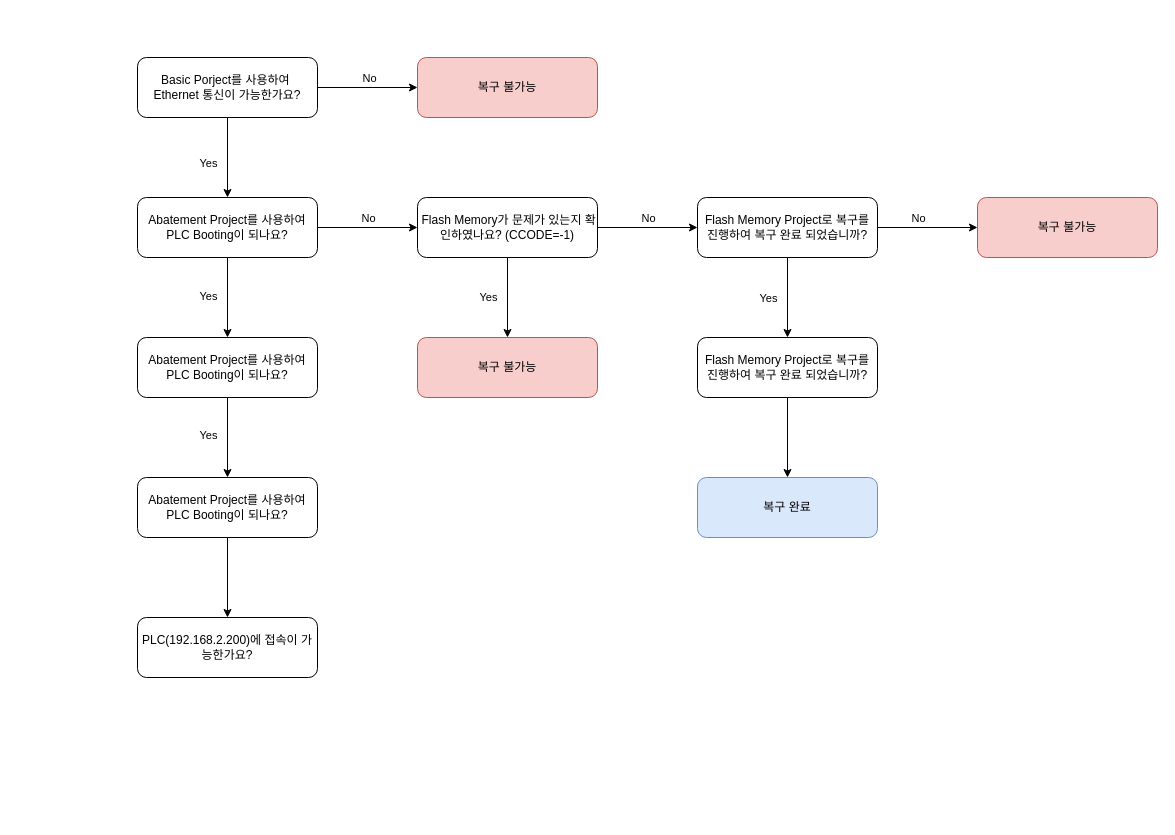
This is Controller Reconvery Seq..drawio from EdwardsKorea/CommonDrawIO, a draw.io file, before an edit. Source tidied: cells renumbered, new cells numbered last; positions are measured from the earlier drawing's top-left corner, leaving out a move shared by most shapes. Both pictures are drawn from the tidied source at 100%, with x=0, y=0 at pixel (137, 57).
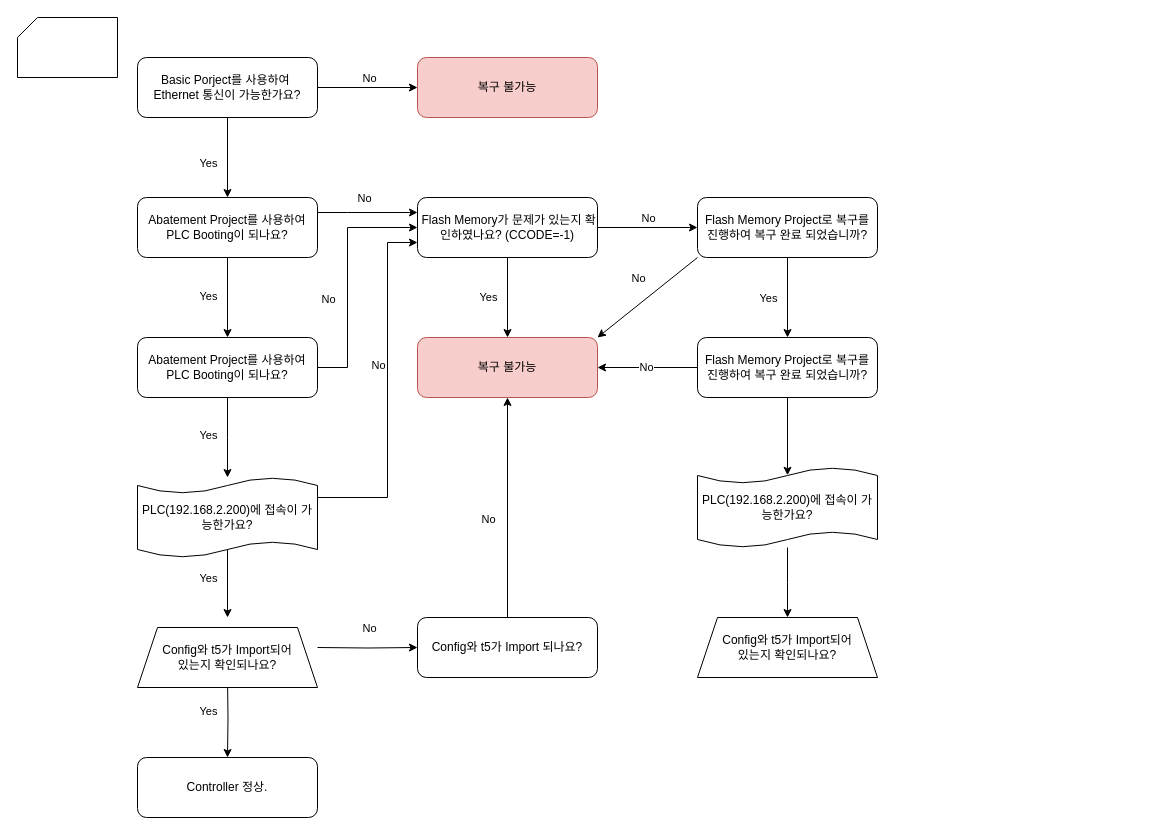
The same page after the edit.

Unchanged cells that the change refers to:
```xml
<mxCell id="12" value="Abatement Project를 사용하여 PLC Booting이 되나요?" style="rounded=1;whiteSpace=wrap;html=1;" parent="1" vertex="1">
  <mxGeometry y="140" width="180" height="60" as="geometry" />
</mxCell>
<mxCell id="17" value="&amp;nbsp;Flash Memory가 문제가 있는지 확인하였나요? (CCODE=-1)" style="rounded=1;whiteSpace=wrap;html=1;" parent="1" vertex="1">
  <mxGeometry x="280" y="140" width="180" height="60" as="geometry" />
</mxCell>
<mxCell id="20" value="Abatement Project를 사용하여 PLC Booting이 되나요?" style="rounded=1;whiteSpace=wrap;html=1;" parent="1" vertex="1">
  <mxGeometry y="280" width="180" height="60" as="geometry" />
</mxCell>
<mxCell id="21" value="복구 불가능" style="rounded=1;whiteSpace=wrap;html=1;fillColor=#f8cecc;strokeColor=#b85450;" parent="1" vertex="1">
  <mxGeometry x="280" y="280" width="180" height="60" as="geometry" />
</mxCell>
<mxCell id="28" value="Flash Memory Project로 복구를 진행하여 복구 완료 되었습니까?" style="rounded=1;whiteSpace=wrap;html=1;" parent="1" vertex="1">
  <mxGeometry x="560" y="140" width="180" height="60" as="geometry" />
</mxCell>
<mxCell id="31" value="Flash Memory Project로 복구를 진행하여 복구 완료 되었습니까?" style="rounded=1;whiteSpace=wrap;html=1;" parent="1" vertex="1">
  <mxGeometry x="560" y="280" width="180" height="60" as="geometry" />
</mxCell>
```

The edit, as a diff of the source:
```diff
@@
-    <mxCell id="8" style="edgeStyle=orthogonalEdgeStyle;rounded=0;jettySize=auto;html=1;entryX=0;entryY=0.5;entryDx=0;entryDy=0;" parent="1" edge="1" source="12" target="17">
-      <mxGeometry relative="1" as="geometry" />
-    </mxCell>
-    <mxCell id="9" value="No" style="edgeLabel;html=1;align=center;verticalAlign=middle;" parent="8" vertex="1">
-      <mxGeometry x="0.18" relative="1" as="geometry">
-        <mxPoint x="-9" y="-10" as="offset" />
-      </mxGeometry>
-    </mxCell>
@@
+    <mxCell id="8" style="edgeStyle=orthogonalEdgeStyle;rounded=0;jettySize=auto;html=1;entryX=0;entryY=0.25;entryDx=0;entryDy=0;" parent="1" edge="1" source="12" target="17">
+      <mxGeometry relative="1" as="geometry">
+        <Array as="points">
+          <mxPoint x="210" y="155" />
+          <mxPoint x="210" y="155" />
+        </Array>
+      </mxGeometry>
+    </mxCell>
+    <mxCell id="34" value="No" style="edgeLabel;html=1;align=center;verticalAlign=middle;" parent="8" vertex="1">
+      <mxGeometry x="-0.08" y="1" relative="1" as="geometry">
+        <mxPoint y="-14" as="offset" />
+      </mxGeometry>
+    </mxCell>
@@
-    <mxCell id="18" style="edgeStyle=orthogonalEdgeStyle;rounded=0;jettySize=auto;html=1;" parent="1" edge="1" source="20" target="23">
-      <mxGeometry relative="1" as="geometry" />
+    <mxCell id="18" style="edgeStyle=orthogonalEdgeStyle;rounded=0;jettySize=auto;html=1;" parent="1" edge="1" source="20">
+      <mxGeometry relative="1" as="geometry">
+        <mxPoint x="90" y="420" as="targetPoint" />
+      </mxGeometry>
     </mxCell>
@@
+    <mxCell id="35" style="edgeStyle=orthogonalEdgeStyle;rounded=0;jettySize=auto;html=1;entryX=0;entryY=0.5;entryDx=0;entryDy=0;" parent="1" edge="1" source="20" target="17">
+      <mxGeometry relative="1" as="geometry">
+        <Array as="points">
+          <mxPoint x="210" y="310" />
+          <mxPoint x="210" y="170" />
+        </Array>
+      </mxGeometry>
+    </mxCell>
+    <mxCell id="36" value="No" style="edgeLabel;html=1;align=center;verticalAlign=middle;" parent="35" vertex="1">
+      <mxGeometry x="-0.13" y="-1" relative="1" as="geometry">
+        <mxPoint x="-21" y="5" as="offset" />
+      </mxGeometry>
+    </mxCell>
@@
-    <mxCell id="22" style="edgeStyle=orthogonalEdgeStyle;rounded=0;jettySize=auto;html=1;" parent="1" edge="1" source="23" target="33">
-      <mxGeometry relative="1" as="geometry" />
+    <mxCell id="22" style="edgeStyle=orthogonalEdgeStyle;rounded=0;orthogonalLoop=1;jettySize=auto;html=1;" parent="1" edge="1">
+      <mxGeometry relative="1" as="geometry">
+        <mxPoint x="90" y="480" as="sourcePoint" />
+        <mxPoint x="90" y="560" as="targetPoint" />
+      </mxGeometry>
     </mxCell>
-    <mxCell id="23" value="Abatement Project를 사용하여 PLC Booting이 되나요?" style="rounded=1;whiteSpace=wrap;html=1;" parent="1" vertex="1">
-      <mxGeometry y="420" width="180" height="60" as="geometry" />
-    </mxCell>
+    <mxCell id="37" value="Yes" style="edgeLabel;html=1;align=center;verticalAlign=middle;" parent="22" vertex="1">
+      <mxGeometry x="0.04" y="-2" relative="1" as="geometry">
+        <mxPoint x="-18" y="-2" as="offset" />
+      </mxGeometry>
+    </mxCell>
+    <mxCell id="38" style="edgeStyle=orthogonalEdgeStyle;rounded=0;jettySize=auto;html=1;entryX=0;entryY=0.75;entryDx=0;entryDy=0;" parent="1" edge="1" target="17">
+      <mxGeometry relative="1" as="geometry">
+        <mxPoint x="180" y="440" as="sourcePoint" />
+        <Array as="points">
+          <mxPoint x="250" y="440" />
+          <mxPoint x="250" y="185" />
+        </Array>
+      </mxGeometry>
+    </mxCell>
+    <mxCell id="39" value="No" style="edgeLabel;html=1;align=center;verticalAlign=middle;" parent="38" vertex="1">
+      <mxGeometry x="0.51" relative="1" as="geometry">
+        <mxPoint x="-10" y="65" as="offset" />
+      </mxGeometry>
+    </mxCell>
@@
-    <mxCell id="26" style="edgeStyle=orthogonalEdgeStyle;rounded=0;jettySize=auto;html=1;" parent="1" edge="1" source="28" target="29">
-      <mxGeometry relative="1" as="geometry" />
-    </mxCell>
-    <mxCell id="27" value="No&lt;br&gt;" style="edgeLabel;html=1;align=center;verticalAlign=middle;" parent="26" vertex="1">
-      <mxGeometry x="-0.2" y="-2" relative="1" as="geometry">
-        <mxPoint y="-12" as="offset" />
-      </mxGeometry>
-    </mxCell>
+    <mxCell id="40" style="rounded=0;jettySize=auto;html=1;entryX=1;entryY=0;entryDx=0;entryDy=0;exitX=0;exitY=1;exitDx=0;exitDy=0;" parent="1" edge="1" source="28" target="21">
+      <mxGeometry relative="1" as="geometry" />
+    </mxCell>
+    <mxCell id="41" value="No" style="edgeLabel;html=1;align=center;verticalAlign=middle;" parent="40" vertex="1">
+      <mxGeometry x="-0.14" y="-3" relative="1" as="geometry">
+        <mxPoint x="-15" y="-12" as="offset" />
+      </mxGeometry>
+    </mxCell>
@@
-    <mxCell id="29" value="복구 불가능" style="rounded=1;whiteSpace=wrap;html=1;fillColor=#f8cecc;strokeColor=#b85450;" parent="1" vertex="1">
-      <mxGeometry x="840" y="140" width="180" height="60" as="geometry" />
-    </mxCell>
-    <mxCell id="30" style="edgeStyle=orthogonalEdgeStyle;rounded=0;jettySize=auto;html=1;" parent="1" edge="1" source="31" target="32">
-      <mxGeometry relative="1" as="geometry" />
-    </mxCell>
+    <mxCell id="42" style="edgeStyle=orthogonalEdgeStyle;rounded=0;jettySize=auto;html=1;entryX=1;entryY=0.5;entryDx=0;entryDy=0;" parent="1" edge="1" source="31" target="21">
+      <mxGeometry relative="1" as="geometry" />
+    </mxCell>
+    <mxCell id="43" value="No" style="edgeLabel;html=1;align=center;verticalAlign=middle;" parent="42" vertex="1">
+      <mxGeometry x="0.04" y="-1" relative="1" as="geometry" />
+    </mxCell>
+    <mxCell id="44" style="edgeStyle=orthogonalEdgeStyle;rounded=0;jettySize=auto;html=1;entryX=0.5;entryY=0.097;entryDx=0;entryDy=0;entryPerimeter=0;" parent="1" edge="1" source="31" target="54">
+      <mxGeometry relative="1" as="geometry" />
+    </mxCell>
@@
-    <mxCell id="32" value="복구 완료" style="rounded=1;whiteSpace=wrap;html=1;fillColor=#dae8fc;strokeColor=#6c8ebf;" parent="1" vertex="1">
-      <mxGeometry x="560" y="420" width="180" height="60" as="geometry" />
-    </mxCell>
-    <mxCell id="33" value="PLC(192.168.2.200)에 접속이 가능한가요?" style="rounded=1;whiteSpace=wrap;html=1;" parent="1" vertex="1">
-      <mxGeometry y="560" width="180" height="60" as="geometry" />
-    </mxCell>
+    <mxCell id="45" style="edgeStyle=orthogonalEdgeStyle;rounded=0;jettySize=auto;html=1;" parent="1" edge="1" target="49">
+      <mxGeometry relative="1" as="geometry">
+        <mxPoint x="90" y="620" as="sourcePoint" />
+      </mxGeometry>
+    </mxCell>
+    <mxCell id="46" value="Yes" style="edgeLabel;html=1;align=center;verticalAlign=middle;" parent="45" vertex="1">
+      <mxGeometry x="-0.17" y="-2" relative="1" as="geometry">
+        <mxPoint x="-18" as="offset" />
+      </mxGeometry>
+    </mxCell>
+    <mxCell id="47" style="edgeStyle=orthogonalEdgeStyle;rounded=0;jettySize=auto;html=1;" parent="1" edge="1" target="52">
+      <mxGeometry relative="1" as="geometry">
+        <mxPoint x="180" y="590" as="sourcePoint" />
+      </mxGeometry>
+    </mxCell>
+    <mxCell id="48" value="No" style="edgeLabel;html=1;align=center;verticalAlign=middle;" parent="47" vertex="1">
+      <mxGeometry x="0.04" relative="1" as="geometry">
+        <mxPoint y="-20" as="offset" />
+      </mxGeometry>
+    </mxCell>
+    <mxCell id="49" value="Controller 정상." style="rounded=1;whiteSpace=wrap;html=1;" parent="1" vertex="1">
+      <mxGeometry y="700" width="180" height="60" as="geometry" />
+    </mxCell>
+    <mxCell id="50" style="edgeStyle=orthogonalEdgeStyle;rounded=0;jettySize=auto;html=1;entryX=0.5;entryY=1;entryDx=0;entryDy=0;" parent="1" edge="1" source="52" target="21">
+      <mxGeometry relative="1" as="geometry" />
+    </mxCell>
+    <mxCell id="51" value="No" style="edgeLabel;html=1;align=center;verticalAlign=middle;" parent="50" vertex="1">
+      <mxGeometry x="-0.16" relative="1" as="geometry">
+        <mxPoint x="-20" y="-7" as="offset" />
+      </mxGeometry>
+    </mxCell>
+    <mxCell id="52" value="Config와 t5가 Import 되나요?" style="rounded=1;whiteSpace=wrap;html=1;" parent="1" vertex="1">
+      <mxGeometry x="280" y="560" width="180" height="60" as="geometry" />
+    </mxCell>
+    <mxCell id="53" style="edgeStyle=orthogonalEdgeStyle;rounded=0;jettySize=auto;html=1;" parent="1" edge="1" source="54">
+      <mxGeometry relative="1" as="geometry">
+        <mxPoint x="650" y="560" as="targetPoint" />
+      </mxGeometry>
+    </mxCell>
+    <mxCell id="54" value="PLC(192.168.2.200)에 접속이 가능한가요?" style="shape=tape;whiteSpace=wrap;html=1;size=0.2;" parent="1" vertex="1">
+      <mxGeometry x="560" y="410" width="180" height="80" as="geometry" />
+    </mxCell>
+    <mxCell id="55" value="PLC(192.168.2.200)에 접속이 가능한가요?" style="shape=tape;whiteSpace=wrap;html=1;size=0.2;" parent="1" vertex="1">
+      <mxGeometry y="420" width="180" height="80" as="geometry" />
+    </mxCell>
+    <mxCell id="56" value="Config와 t5가 Import되어&lt;br&gt;있는지 확인되나요?" style="shape=trapezoid;perimeter=trapezoidPerimeter;whiteSpace=wrap;html=1;fixedSize=1;" parent="1" vertex="1">
+      <mxGeometry x="560" y="560" width="180" height="60" as="geometry" />
+    </mxCell>
+    <mxCell id="57" value="Config와 t5가 Import되어&lt;br&gt;있는지 확인되나요?" style="shape=trapezoid;perimeter=trapezoidPerimeter;whiteSpace=wrap;html=1;fixedSize=1;" parent="1" vertex="1">
+      <mxGeometry y="570" width="180" height="60" as="geometry" />
+    </mxCell>
+    <mxCell id="58" style="verticalLabelPosition=bottom;verticalAlign=top;html=1;shape=card;whiteSpace=wrap;size=20;arcSize=12;" parent="1" vertex="1">
+      <mxGeometry x="-120" y="-40" width="100" height="60" as="geometry" />
+    </mxCell>
```
